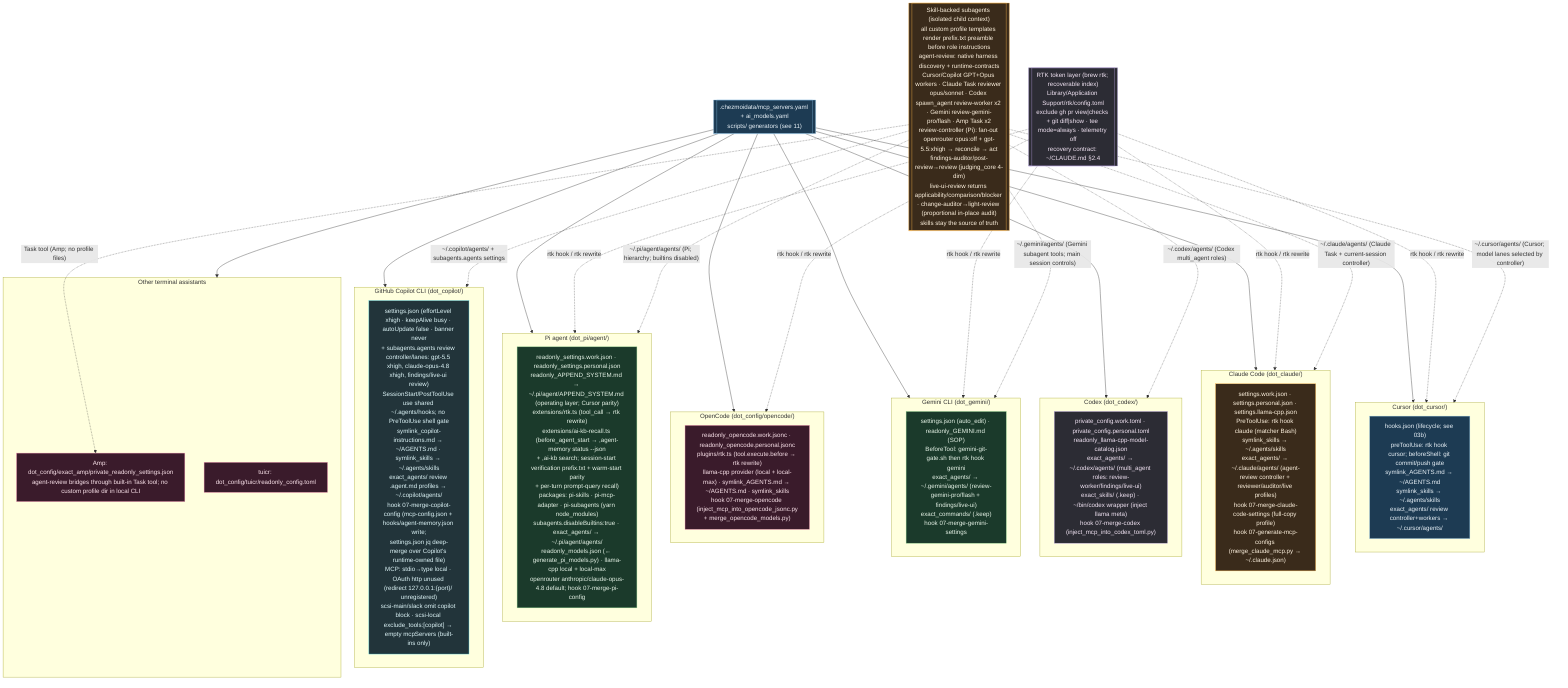
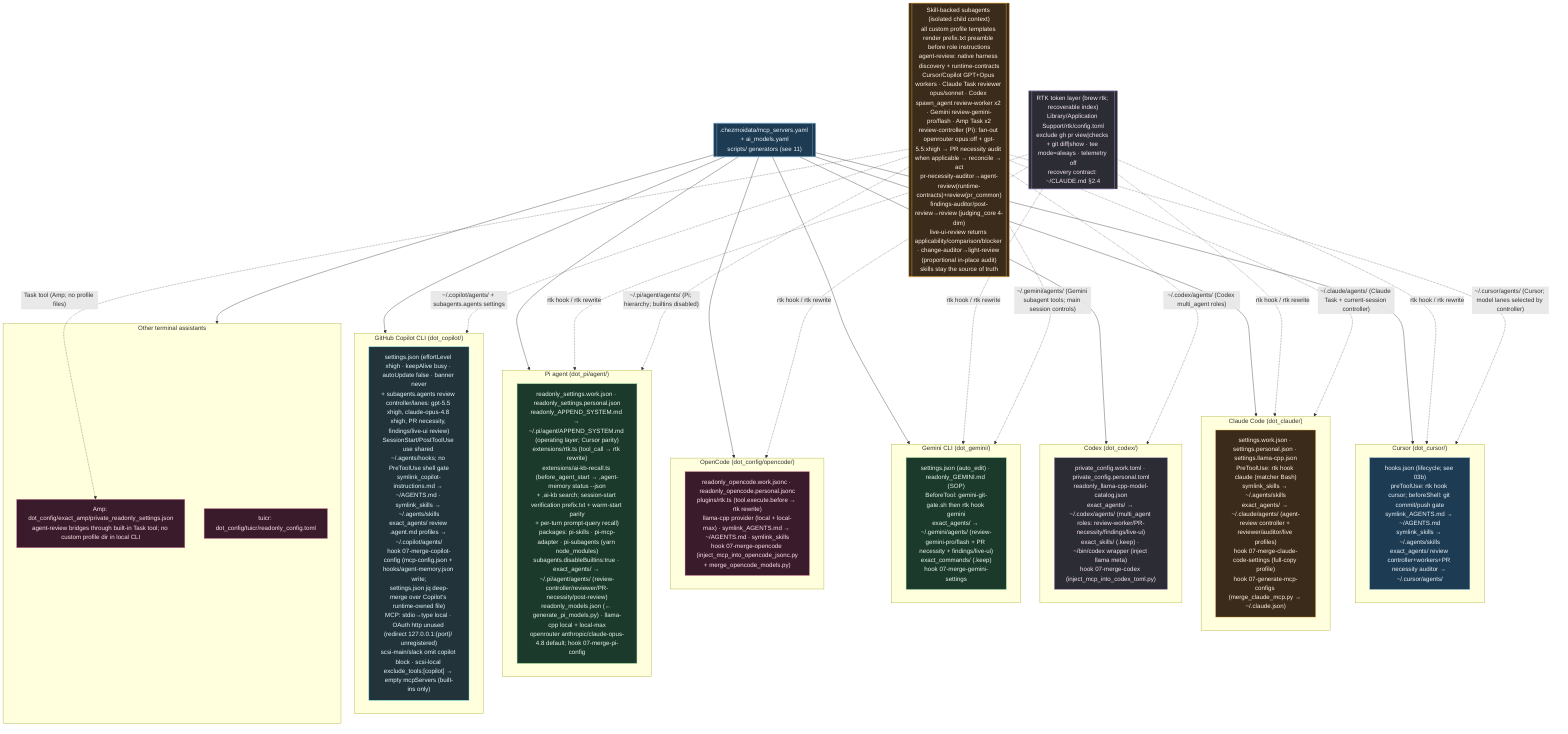
%% ============================================================================
%% 12-ai-tool-configs.mmd — Every per-tool AI config file in home/.
%% Pattern: source carries .work + .personal variants; a 07-merge-* hook picks
%% by isWork and merges generated MCP/model blocks into the live config.
%% ============================================================================
flowchart TB
    classDef cursor fill:#1d3b53,stroke:#7fb3d5,color:#eaf2f8;
    classDef claude fill:#3a2b1b,stroke:#ffb74d,color:#fff3e0;
    classDef codex fill:#2c2c34,stroke:#b39ddb,color:#f3e5f5;
    classDef gem fill:#1b3a2b,stroke:#81c784,color:#e8f5e9;
    classDef oc fill:#3a1b2b,stroke:#f48fb1,color:#fce4ec;
    classDef cop fill:#22343a,stroke:#4dd0e1,color:#e0f7fa;

    subgraph CURSOR["Cursor (dot_cursor/)"]
-         CU["hooks.json (lifecycle; see 03b)<br/>preToolUse: rtk hook cursor; beforeShell: git commit/push gate<br/>symlink_AGENTS.md → ~/AGENTS.md<br/>symlink_skills → ~/.agents/skills<br/>exact_agents/ review controller+workers → ~/.cursor/agents/"]:::cursor
+         CU["hooks.json (lifecycle; see 03b)<br/>preToolUse: rtk hook cursor; beforeShell: git commit/push gate<br/>symlink_AGENTS.md → ~/AGENTS.md<br/>symlink_skills → ~/.agents/skills<br/>exact_agents/ review controller+workers+PR necessity auditor → ~/.cursor/agents/"]:::cursor
    end

    subgraph CLAUDE["Claude Code (dot_claude/)"]
        CLD["settings.work.json · settings.personal.json · settings.llama-cpp.json<br/>PreToolUse: rtk hook claude (matcher Bash)<br/>symlink_skills → ~/.agents/skills<br/>exact_agents/ → ~/.claude/agents/ (agent-review controller + reviewer/auditor/live profiles)<br/>hook 07-merge-claude-code-settings (full-copy profile)<br/>hook 07-generate-mcp-configs (merge_claude_mcp.py → ~/.claude.json)"]:::claude
    end

    subgraph CODEX["Codex (dot_codex/)"]
-         CDX["private_config.work.toml · private_config.personal.toml<br/>readonly_llama-cpp-model-catalog.json<br/>exact_agents/ → ~/.codex/agents/ (multi_agent roles: review-worker/findings/live-ui)<br/>exact_skills/ (.keep) · ~/bin/codex wrapper (inject llama meta)<br/>hook 07-merge-codex (inject_mcp_into_codex_toml.py)"]:::codex
+         CDX["private_config.work.toml · private_config.personal.toml<br/>readonly_llama-cpp-model-catalog.json<br/>exact_agents/ → ~/.codex/agents/ (multi_agent roles: review-worker/PR-necessity/findings/live-ui)<br/>exact_skills/ (.keep) · ~/bin/codex wrapper (inject llama meta)<br/>hook 07-merge-codex (inject_mcp_into_codex_toml.py)"]:::codex
    end

    subgraph GEMINI["Gemini CLI (dot_gemini/)"]
-         GMN["settings.json (auto_edit) · readonly_GEMINI.md (SOP)<br/>BeforeTool: gemini-git-gate.sh then rtk hook gemini<br/>exact_agents/ → ~/.gemini/agents/ (review-gemini-pro/flash + findings/live-ui)<br/>exact_commands/ (.keep)<br/>hook 07-merge-gemini-settings"]:::gem
+         GMN["settings.json (auto_edit) · readonly_GEMINI.md (SOP)<br/>BeforeTool: gemini-git-gate.sh then rtk hook gemini<br/>exact_agents/ → ~/.gemini/agents/ (review-gemini-pro/flash + PR necessity + findings/live-ui)<br/>exact_commands/ (.keep)<br/>hook 07-merge-gemini-settings"]:::gem
    end

    subgraph OPENCODE["OpenCode (dot_config/opencode/)"]
        OPC["readonly_opencode.work.jsonc · readonly_opencode.personal.jsonc<br/>plugins/rtk.ts (tool.execute.before → rtk rewrite)<br/>llama-cpp provider (local + local-max) · symlink_AGENTS.md → ~/AGENTS.md · symlink_skills<br/>hook 07-merge-opencode (inject_mcp_into_opencode_jsonc.py<br/>+ merge_opencode_models.py)"]:::oc
    end

    subgraph PI["Pi agent (dot_pi/agent/)"]
-         PIA["readonly_settings.work.json · readonly_settings.personal.json<br/>readonly_APPEND_SYSTEM.md → ~/.pi/agent/APPEND_SYSTEM.md (operating layer; Cursor parity)<br/>extensions/rtk.ts (tool_call → rtk rewrite)<br/>extensions/ai-kb-recall.ts (before_agent_start → ,agent-memory status --json<br/>+ ,ai-kb search; session-start verification prefix.txt + warm-start parity<br/>+ per-turn prompt-query recall)<br/>packages: pi-skills · pi-mcp-adapter · pi-subagents (yarn node_modules)<br/>subagents.disableBuiltins:true · exact_agents/ → ~/.pi/agent/agents/<br/>readonly_models.json (← generate_pi_models.py) · llama-cpp local + local-max<br/>openrouter anthropic/claude-opus-4.8 default; hook 07-merge-pi-config"]:::gem
+         PIA["readonly_settings.work.json · readonly_settings.personal.json<br/>readonly_APPEND_SYSTEM.md → ~/.pi/agent/APPEND_SYSTEM.md (operating layer; Cursor parity)<br/>extensions/rtk.ts (tool_call → rtk rewrite)<br/>extensions/ai-kb-recall.ts (before_agent_start → ,agent-memory status --json<br/>+ ,ai-kb search; session-start verification prefix.txt + warm-start parity<br/>+ per-turn prompt-query recall)<br/>packages: pi-skills · pi-mcp-adapter · pi-subagents (yarn node_modules)<br/>subagents.disableBuiltins:true · exact_agents/ → ~/.pi/agent/agents/ (review-controller/reviewer/PR-necessity/post-review)<br/>readonly_models.json (← generate_pi_models.py) · llama-cpp local + local-max<br/>openrouter anthropic/claude-opus-4.8 default; hook 07-merge-pi-config"]:::gem
    end

    subgraph COPILOT["GitHub Copilot CLI (dot_copilot/)"]
-         COP["settings.json (effortLevel xhigh · keepAlive busy · autoUpdate false · banner never<br/>+ subagents.agents review controller/lanes: gpt-5.5 xhigh, claude-opus-4.8 xhigh, findings/live-ui review)<br/>SessionStart/PostToolUse use shared ~/.agents/hooks; no PreToolUse shell gate<br/>symlink_copilot-instructions.md → ~/AGENTS.md · symlink_skills → ~/.agents/skills<br/>exact_agents/ review .agent.md profiles → ~/.copilot/agents/<br/>hook 07-merge-copilot-config (mcp-config.json + hooks/agent-memory.json write;<br/>settings.json jq deep-merge over Copilot's runtime-owned file)<br/>MCP: stdio→type local · OAuth http unused (redirect 127.0.0.1:{port}/ unregistered)<br/>scsi-main/slack omit copilot block · scsi-local exclude_tools:[copilot] → empty mcpServers (built-ins only)"]:::cop
+         COP["settings.json (effortLevel xhigh · keepAlive busy · autoUpdate false · banner never<br/>+ subagents.agents review controller/lanes: gpt-5.5 xhigh, claude-opus-4.8 xhigh, PR necessity, findings/live-ui review)<br/>SessionStart/PostToolUse use shared ~/.agents/hooks; no PreToolUse shell gate<br/>symlink_copilot-instructions.md → ~/AGENTS.md · symlink_skills → ~/.agents/skills<br/>exact_agents/ review .agent.md profiles → ~/.copilot/agents/<br/>hook 07-merge-copilot-config (mcp-config.json + hooks/agent-memory.json write;<br/>settings.json jq deep-merge over Copilot's runtime-owned file)<br/>MCP: stdio→type local · OAuth http unused (redirect 127.0.0.1:{port}/ unregistered)<br/>scsi-main/slack omit copilot block · scsi-local exclude_tools:[copilot] → empty mcpServers (built-ins only)"]:::cop
    end

    subgraph OTHER["Other terminal assistants"]
        AMP["Amp: dot_config/exact_amp/private_readonly_settings.json<br/>agent-review bridges through built-in Task tool; no custom profile dir in local CLI"]:::oc
        TUI["tuicr: dot_config/tuicr/readonly_config.toml"]:::oc
    end

    REG[[".chezmoidata/mcp_servers.yaml + ai_models.yaml<br/>scripts/ generators (see 11)"]]:::cursor
    REG --> CURSOR & CLAUDE & CODEX & GEMINI & OPENCODE & PI & COPILOT & OTHER

    RTK[["RTK token layer (brew rtk; recoverable index)<br/>Library/Application Support/rtk/config.toml<br/>exclude gh pr view|checks + git diff|show · tee mode=always · telemetry off<br/>recovery contract: ~/CLAUDE.md §2.4"]]:::codex
    RTK -.->|"rtk hook / rtk rewrite"| CURSOR & CLAUDE & GEMINI & OPENCODE & PI

-     SUBA[["Skill-backed subagents (isolated child context)<br/>all custom profile templates render prefix.txt preamble before role instructions<br/>agent-review: native harness discovery + runtime-contracts<br/>Cursor/Copilot GPT+Opus workers · Claude Task reviewer opus/sonnet · Codex spawn_agent review-worker x2 · Gemini review-gemini-pro/flash · Amp Task x2<br/>review-controller (Pi): fan-out openrouter opus:off + gpt-5.5:xhigh → reconcile → act<br/>findings-auditor/post-review→review (judging_core 4-dim)<br/>live-ui-review returns applicability/comparison/blocker · change-auditor→light-review (proportional in-place audit)<br/>skills stay the source of truth"]]:::claude
+     SUBA[["Skill-backed subagents (isolated child context)<br/>all custom profile templates render prefix.txt preamble before role instructions<br/>agent-review: native harness discovery + runtime-contracts<br/>Cursor/Copilot GPT+Opus workers · Claude Task reviewer opus/sonnet · Codex spawn_agent review-worker x2 · Gemini review-gemini-pro/flash · Amp Task x2<br/>review-controller (Pi): fan-out openrouter opus:off + gpt-5.5:xhigh → PR necessity audit when applicable → reconcile → act<br/>pr-necessity-auditor→agent-review(runtime-contracts)+review(pr_common)<br/>findings-auditor/post-review→review (judging_core 4-dim)<br/>live-ui-review returns applicability/comparison/blocker · change-auditor→light-review (proportional in-place audit)<br/>skills stay the source of truth"]]:::claude
    SUBA -.->|"~/.cursor/agents/ (Cursor; model lanes selected by controller)"| CURSOR
    SUBA -.->|"~/.copilot/agents/ + subagents.agents settings"| COPILOT
    SUBA -.->|"~/.claude/agents/ (Claude Task + current-session controller)"| CLAUDE
    SUBA -.->|"~/.codex/agents/ (Codex multi_agent roles)"| CODEX
    SUBA -.->|"~/.gemini/agents/ (Gemini subagent tools; main session controls)"| GEMINI
    SUBA -.->|"Task tool (Amp; no profile files)"| AMP
    SUBA -.->|"~/.pi/agent/agents/ (Pi; hierarchy; builtins disabled)"| PI
